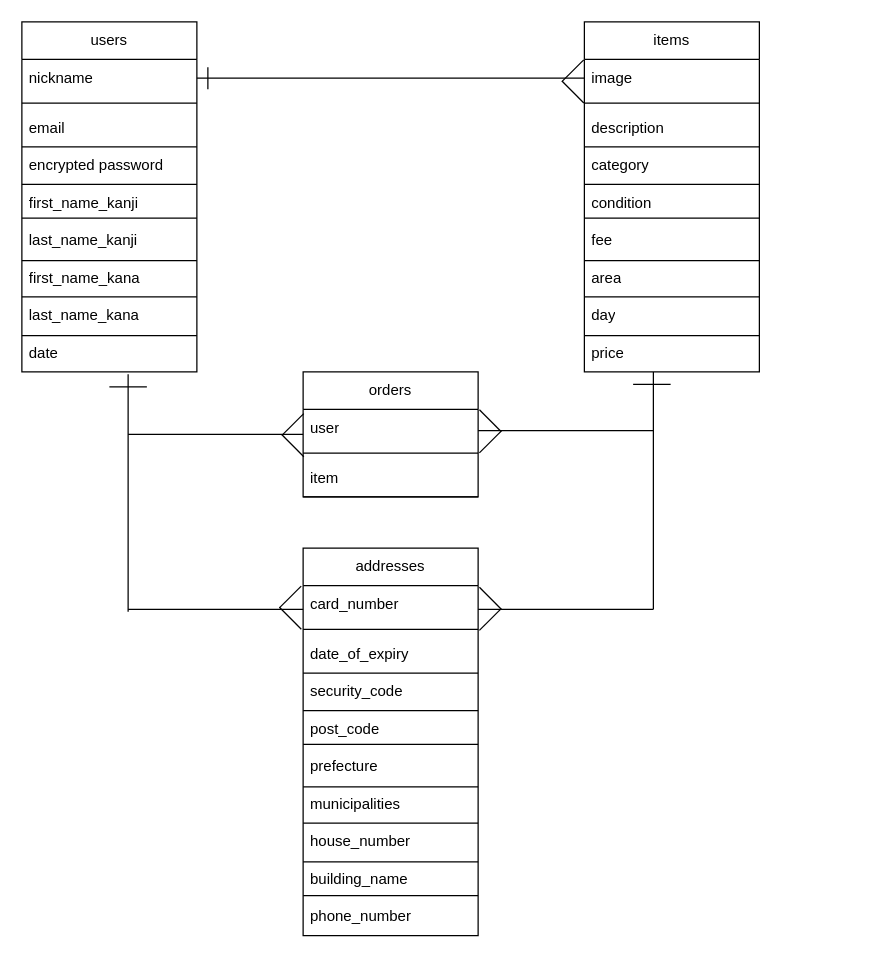
This is test.dio from aaha2134/furima-39061, a draw.io file, before an edit. Source tidied: cells renumbered, new cells numbered last; positions are measured from the earlier drawing's top-left corner, leaving out a move shared by most shapes. Both pictures are drawn from the tidied source at 125%, with x=0, y=0 at pixel (9, 21).
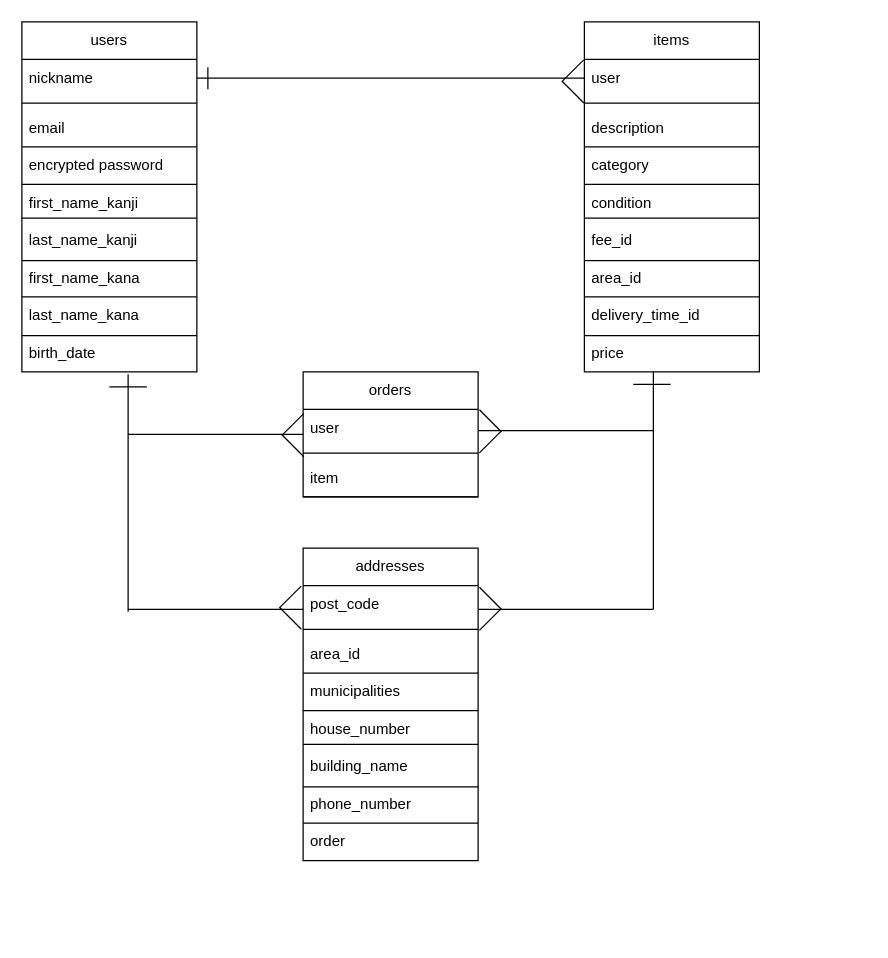
Above is the later version.

Commit message (it also covers changes not shown here):
read me作成、ER図作成var3

The change refers to these unchanged cells:
```xml
<mxCell id="3" value="items" style="swimlane;fontStyle=0;horizontal=1;startSize=30;whiteSpace=wrap;html=1;" parent="2" vertex="1">
  <mxGeometry width="140" height="280" as="geometry" />
</mxCell>
<mxCell id="25" value="users" style="swimlane;fontStyle=0;horizontal=1;startSize=30;whiteSpace=wrap;html=1;" parent="24" vertex="1">
  <mxGeometry width="140" height="280" as="geometry" />
</mxCell>
<mxCell id="68" style="group;" parent="1" vertex="1">
  <mxGeometry x="235" y="421" width="140" height="280" as="geometry" />
</mxCell>
```

Change to the diagram source:
```diff
@@
-    <mxCell id="4" value="image" style="text;strokeColor=none;fillColor=none;align=left;verticalAlign=middle;spacingLeft=4;spacingRight=4;overflow=hidden;whiteSpace=wrap;html=1;" parent="3" vertex="1">
+    <mxCell id="4" value="user" style="text;strokeColor=none;fillColor=none;align=left;verticalAlign=middle;spacingLeft=4;spacingRight=4;overflow=hidden;whiteSpace=wrap;html=1;" parent="3" vertex="1">
       <mxGeometry y="30" width="140" height="30" as="geometry" />
     </mxCell>
@@
-    <mxCell id="9" value="fee" style="text;strokeColor=none;fillColor=none;align=left;verticalAlign=middle;spacingLeft=4;spacingRight=4;overflow=hidden;whiteSpace=wrap;html=1;" parent="3" vertex="1">
+    <mxCell id="9" value="fee_id" style="text;strokeColor=none;fillColor=none;align=left;verticalAlign=middle;spacingLeft=4;spacingRight=4;overflow=hidden;whiteSpace=wrap;html=1;" parent="3" vertex="1">
       <mxGeometry y="160" width="140" height="30" as="geometry" />
     </mxCell>
-    <mxCell id="10" value="area" style="text;strokeColor=none;fillColor=none;align=left;verticalAlign=middle;spacingLeft=4;spacingRight=4;overflow=hidden;whiteSpace=wrap;html=1;" parent="3" vertex="1">
+    <mxCell id="10" value="area_id" style="text;strokeColor=none;fillColor=none;align=left;verticalAlign=middle;spacingLeft=4;spacingRight=4;overflow=hidden;whiteSpace=wrap;html=1;" parent="3" vertex="1">
       <mxGeometry y="190" width="140" height="30" as="geometry" />
     </mxCell>
-    <mxCell id="11" value="day" style="text;strokeColor=none;fillColor=none;align=left;verticalAlign=middle;spacingLeft=4;spacingRight=4;overflow=hidden;whiteSpace=wrap;html=1;" parent="3" vertex="1">
+    <mxCell id="11" value="delivery_time_id" style="text;strokeColor=none;fillColor=none;align=left;verticalAlign=middle;spacingLeft=4;spacingRight=4;overflow=hidden;whiteSpace=wrap;html=1;" parent="3" vertex="1">
       <mxGeometry y="220" width="140" height="30" as="geometry" />
     </mxCell>
@@
-    <mxCell id="34" value="date" style="text;strokeColor=none;fillColor=none;align=left;verticalAlign=middle;spacingLeft=4;spacingRight=4;overflow=hidden;whiteSpace=wrap;html=1;" parent="25" vertex="1">
+    <mxCell id="34" value="birth_date" style="text;strokeColor=none;fillColor=none;align=left;verticalAlign=middle;spacingLeft=4;spacingRight=4;overflow=hidden;whiteSpace=wrap;html=1;" parent="25" vertex="1">
       <mxGeometry y="250" width="140" height="30" as="geometry" />
     </mxCell>
@@
     <mxCell id="69" value="addresses" style="swimlane;fontStyle=0;horizontal=1;startSize=30;whiteSpace=wrap;html=1;" parent="68" vertex="1">
-      <mxGeometry width="140" height="310" as="geometry" />
+      <mxGeometry width="140" height="250" as="geometry" />
     </mxCell>
-    <mxCell id="70" value="card_number" style="text;strokeColor=none;fillColor=none;align=left;verticalAlign=middle;spacingLeft=4;spacingRight=4;overflow=hidden;whiteSpace=wrap;html=1;" parent="69" vertex="1">
-      <mxGeometry y="30" width="140" height="30" as="geometry" />
-    </mxCell>
+    <mxCell id="74" value="post_code" style="text;strokeColor=none;fillColor=none;align=left;verticalAlign=middle;spacingLeft=4;spacingRight=4;overflow=hidden;whiteSpace=wrap;html=1;" parent="69" vertex="1">
+      <mxGeometry y="30" width="140" height="30" as="geometry" />
+    </mxCell>
@@
-    <mxCell id="72" value="date_of_expiry" style="text;strokeColor=none;fillColor=none;align=left;verticalAlign=middle;spacingLeft=4;spacingRight=4;overflow=hidden;whiteSpace=wrap;html=1;" parent="69" vertex="1">
-      <mxGeometry y="70" width="140" height="30" as="geometry" />
-    </mxCell>
-    <mxCell id="73" value="security_code" style="text;strokeColor=none;fillColor=none;align=left;verticalAlign=middle;spacingLeft=4;spacingRight=4;overflow=hidden;whiteSpace=wrap;html=1;" parent="69" vertex="1">
-      <mxGeometry y="100" width="140" height="30" as="geometry" />
-    </mxCell>
-    <mxCell id="74" value="post_code" style="text;strokeColor=none;fillColor=none;align=left;verticalAlign=middle;spacingLeft=4;spacingRight=4;overflow=hidden;whiteSpace=wrap;html=1;" parent="69" vertex="1">
-      <mxGeometry y="130" width="140" height="30" as="geometry" />
-    </mxCell>
-    <mxCell id="75" value="prefecture" style="text;strokeColor=none;fillColor=none;align=left;verticalAlign=middle;spacingLeft=4;spacingRight=4;overflow=hidden;whiteSpace=wrap;html=1;" parent="69" vertex="1">
-      <mxGeometry y="160" width="140" height="30" as="geometry" />
+    <mxCell id="75" value="area_id" style="text;strokeColor=none;fillColor=none;align=left;verticalAlign=middle;spacingLeft=4;spacingRight=4;overflow=hidden;whiteSpace=wrap;html=1;" parent="69" vertex="1">
+      <mxGeometry y="70" width="140" height="30" as="geometry" />
     </mxCell>
     <mxCell id="76" value="municipalities" style="text;strokeColor=none;fillColor=none;align=left;verticalAlign=middle;spacingLeft=4;spacingRight=4;overflow=hidden;whiteSpace=wrap;html=1;" parent="69" vertex="1">
-      <mxGeometry y="190" width="140" height="30" as="geometry" />
+      <mxGeometry y="100" width="140" height="30" as="geometry" />
     </mxCell>
     <mxCell id="77" value="house_number" style="text;strokeColor=none;fillColor=none;align=left;verticalAlign=middle;spacingLeft=4;spacingRight=4;overflow=hidden;whiteSpace=wrap;html=1;" parent="69" vertex="1">
-      <mxGeometry y="220" width="140" height="30" as="geometry" />
+      <mxGeometry y="130" width="140" height="30" as="geometry" />
     </mxCell>
     <mxCell id="78" value="building_name" style="text;strokeColor=none;fillColor=none;align=left;verticalAlign=middle;spacingLeft=4;spacingRight=4;overflow=hidden;whiteSpace=wrap;html=1;" parent="69" vertex="1">
-      <mxGeometry y="250" width="140" height="30" as="geometry" />
+      <mxGeometry y="160" width="140" height="30" as="geometry" />
     </mxCell>
+    <mxCell id="87" value="phone_number" style="text;strokeColor=none;fillColor=none;align=left;verticalAlign=middle;spacingLeft=4;spacingRight=4;overflow=hidden;whiteSpace=wrap;html=1;" parent="69" vertex="1">
+      <mxGeometry y="190" width="140" height="30" as="geometry" />
+    </mxCell>
-    <mxCell id="79" value="phone_number" style="text;strokeColor=none;fillColor=none;align=left;verticalAlign=middle;spacingLeft=4;spacingRight=4;overflow=hidden;whiteSpace=wrap;html=1;" parent="69" vertex="1">
-      <mxGeometry y="280" width="140" height="30" as="geometry" />
+    <mxCell id="79" value="order" style="text;strokeColor=none;fillColor=none;align=left;verticalAlign=middle;spacingLeft=4;spacingRight=4;overflow=hidden;whiteSpace=wrap;html=1;" parent="69" vertex="1">
+      <mxGeometry y="220" width="140" height="30" as="geometry" />
     </mxCell>
@@
-    <mxCell id="85" style="line;strokeWidth=1;html=1;perimeter=backbonePerimeter;" parent="68" vertex="1">
-      <mxGeometry y="246" width="140" height="10" as="geometry" />
-    </mxCell>
-    <mxCell id="86" style="line;strokeWidth=1;html=1;perimeter=backbonePerimeter;" parent="1" vertex="1">
-      <mxGeometry x="235" y="694" width="140" height="10" as="geometry" />
-    </mxCell>
```
